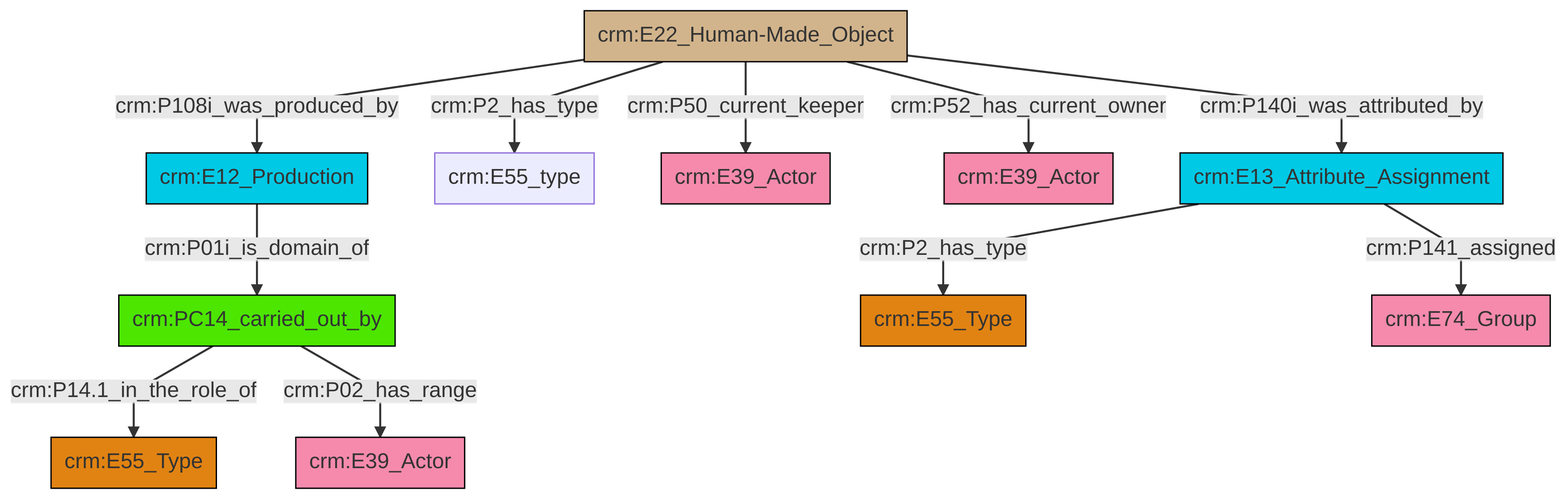
Before: et/artworkCSV/ttl/mmd/png/Artwork_Actor_Relations.png, a diagram exported from Mermaid (swiss-art-research-net/docs.swissartresearch). Its source is kept beside it as et/artworkCSV/ttl/mmd/Artwork_Actor_Relations.ttl.mmd.
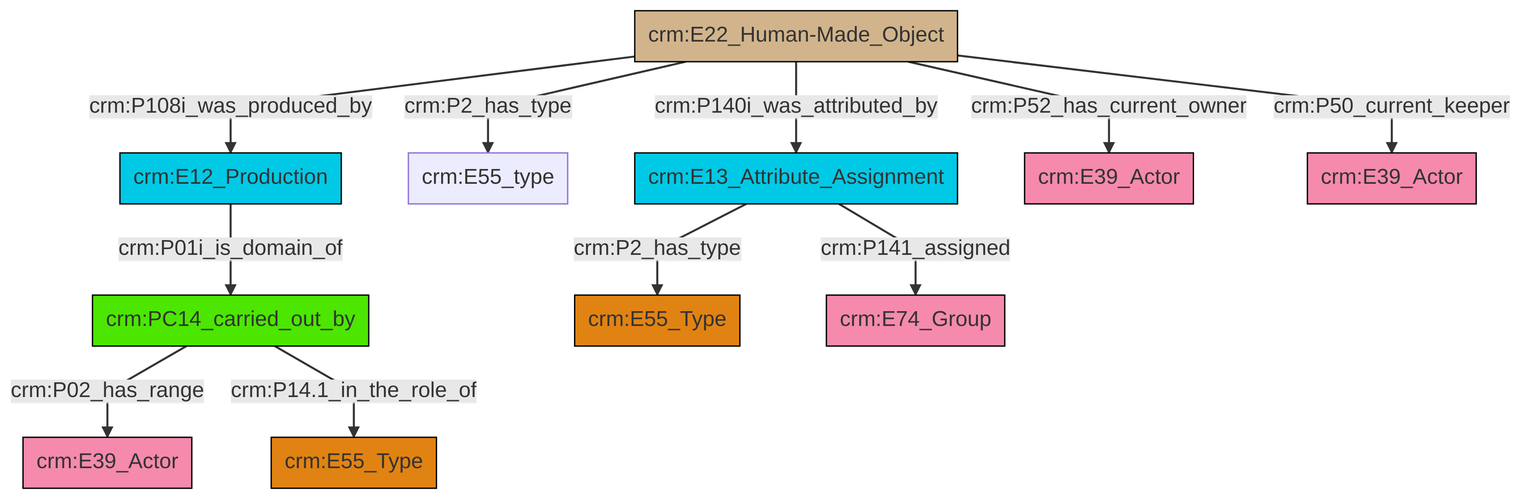
After the commit.

The edit, as a diff of the source:
```diff
@@ -13,13 +13,13 @@
 classDef PC_Classes fill:#4ce600, stroke:#000000;
 classDef Multi fill:#cccccc,stroke:#000000;
 
-0["crm:E22_Human-Made_Object"]:::Physical_Thing -->|crm:P140i_was_attributed_by| 1["crm:E13_Attribute_Assignment"]:::Temporal_Entity
-4["crm:PC14_carried_out_by"]:::PC_Classes -->|crm:P14.1_in_the_role_of| 5["crm:E55_Type"]:::Type
-0["crm:E22_Human-Made_Object"]:::Physical_Thing -->|crm:P50_current_keeper| 8["crm:E39_Actor"]:::Actor
-4["crm:PC14_carried_out_by"]:::PC_Classes -->|crm:P02_has_range| 13["crm:E39_Actor"]:::Actor
-1["crm:E13_Attribute_Assignment"]:::Temporal_Entity -->|crm:P141_assigned| 14["crm:E74_Group"]:::Actor
-0["crm:E22_Human-Made_Object"]:::Physical_Thing -->|crm:P108i_was_produced_by| 16["crm:E12_Production"]:::Temporal_Entity
-1["crm:E13_Attribute_Assignment"]:::Temporal_Entity -->|crm:P2_has_type| 6["crm:E55_Type"]:::Type
-16["crm:E12_Production"]:::Temporal_Entity -->|crm:P01i_is_domain_of| 4["crm:PC14_carried_out_by"]:::PC_Classes
-0["crm:E22_Human-Made_Object"]:::Physical_Thing -->|crm:P2_has_type| 2["crm:E55_type"]:::Default
-0["crm:E22_Human-Made_Object"]:::Physical_Thing -->|crm:P52_has_current_owner| 11["crm:E39_Actor"]:::Actor
+2["crm:E22_Human-Made_Object"]:::Physical_Thing -->|crm:P140i_was_attributed_by| 3["crm:E13_Attribute_Assignment"]:::Temporal_Entity
+4["crm:PC14_carried_out_by"]:::PC_Classes -->|crm:P02_has_range| 5["crm:E39_Actor"]:::Actor
+4["crm:PC14_carried_out_by"]:::PC_Classes -->|crm:P14.1_in_the_role_of| 0["crm:E55_Type"]:::Type
+3["crm:E13_Attribute_Assignment"]:::Temporal_Entity -->|crm:P2_has_type| 9["crm:E55_Type"]:::Type
+2["crm:E22_Human-Made_Object"]:::Physical_Thing -->|crm:P2_has_type| 7["crm:E55_type"]:::Default
+2["crm:E22_Human-Made_Object"]:::Physical_Thing -->|crm:P108i_was_produced_by| 10["crm:E12_Production"]:::Temporal_Entity
+2["crm:E22_Human-Made_Object"]:::Physical_Thing -->|crm:P52_has_current_owner| 15["crm:E39_Actor"]:::Actor
+10["crm:E12_Production"]:::Temporal_Entity -->|crm:P01i_is_domain_of| 4["crm:PC14_carried_out_by"]:::PC_Classes
+2["crm:E22_Human-Made_Object"]:::Physical_Thing -->|crm:P50_current_keeper| 17["crm:E39_Actor"]:::Actor
+3["crm:E13_Attribute_Assignment"]:::Temporal_Entity -->|crm:P141_assigned| 12["crm:E74_Group"]:::Actor
```
